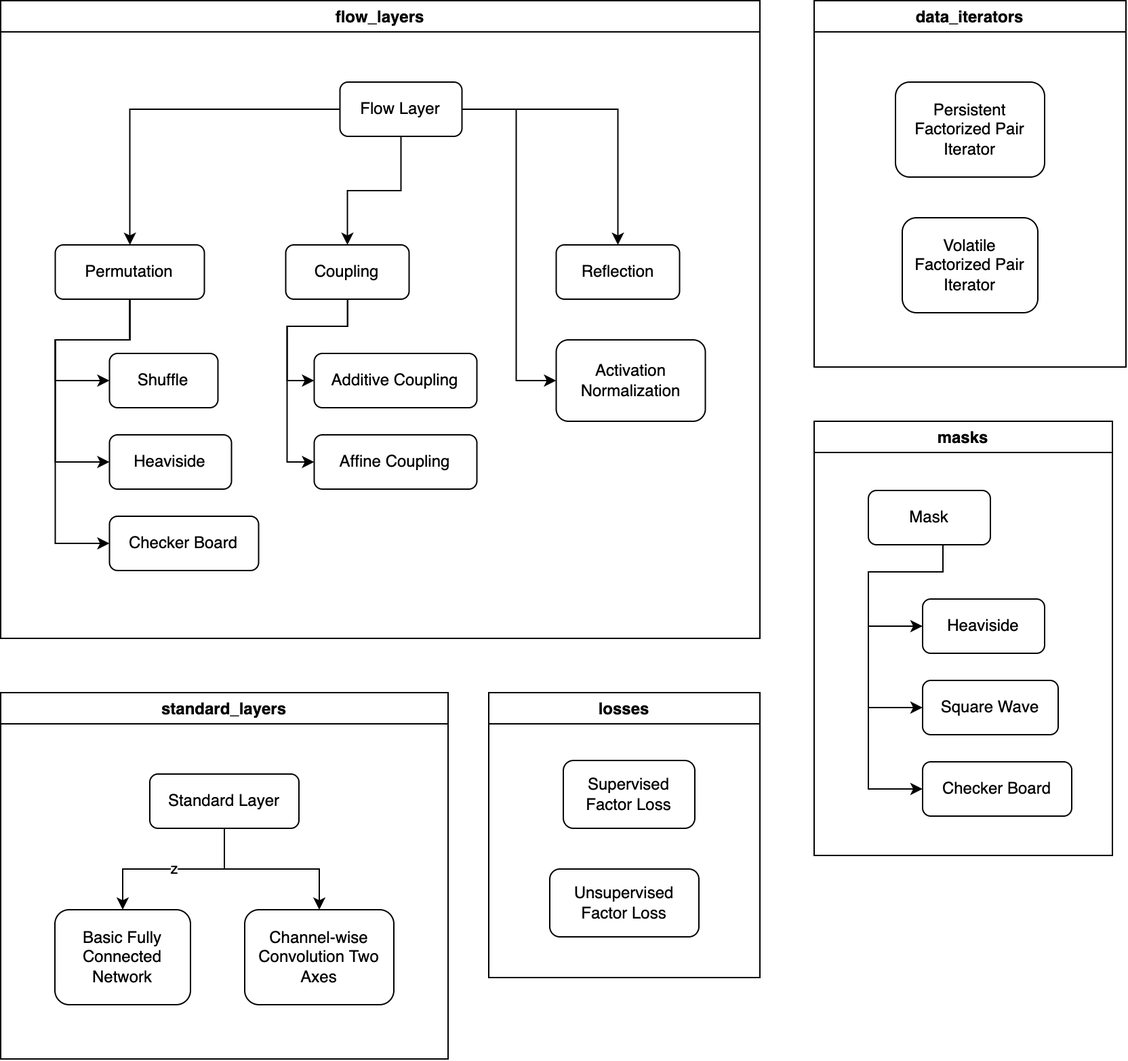
Before: docs/images/class_diagram.png, a diagram exported from draw.io (TimHenry1995/gyoza). Source tidied: cells renumbered, new cells last; positions are measured from the earlier drawing's top-left corner, leaving out a move shared by most shapes.
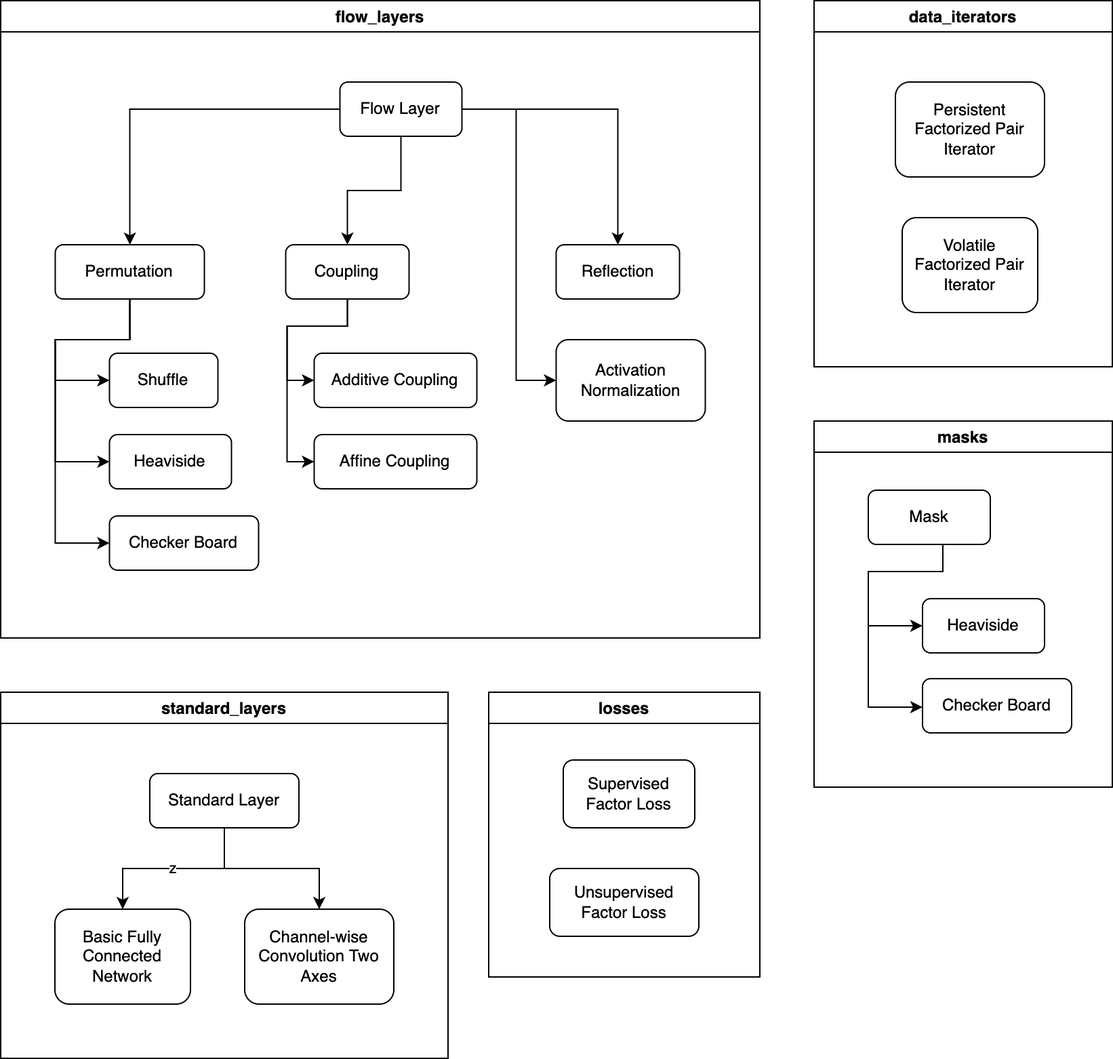
After the commit.

Change to the diagram source:
```diff
@@ -102,7 +102,7 @@
       <mxGeometry x="45" y="130" width="110" height="50" as="geometry" />
     </mxCell>
     <mxCell id="25" value="masks" style="swimlane;" parent="1" vertex="1">
-      <mxGeometry x="600" y="310" width="220" height="320" as="geometry" />
+      <mxGeometry x="600" y="310" width="220" height="270" as="geometry" />
     </mxCell>
     <mxCell id="26" value="Mask" style="rounded=1;whiteSpace=wrap;html=1;" parent="25" vertex="1">
       <mxGeometry x="40" y="51" width="90" height="40" as="geometry" />
@@ -119,56 +119,45 @@
         </Array>
       </mxGeometry>
     </mxCell>
-    <mxCell id="29" value="Square Wave" style="whiteSpace=wrap;html=1;rounded=1;" parent="25" vertex="1">
-      <mxGeometry x="80" y="191" width="100" height="40" as="geometry" />
+    <mxCell id="29" style="edgeStyle=orthogonalEdgeStyle;rounded=0;jettySize=auto;html=1;entryX=0;entryY=0.5;entryDx=0;entryDy=0;" parent="25" edge="1" source="26">
+      <mxGeometry relative="1" as="geometry">
+        <mxPoint x="80" y="211" as="targetPoint" />
+        <Array as="points">
+          <mxPoint x="95" y="111" />
+          <mxPoint x="40" y="111" />
+          <mxPoint x="40" y="211" />
+        </Array>
+      </mxGeometry>
     </mxCell>
-    <mxCell id="30" style="edgeStyle=orthogonalEdgeStyle;rounded=0;jettySize=auto;html=1;entryX=0;entryY=0.5;entryDx=0;entryDy=0;" parent="25" edge="1" source="26" target="29">
-      <mxGeometry relative="1" as="geometry">
-        <Array as="points">
-          <mxPoint x="95" y="111" />
-          <mxPoint x="40" y="111" />
-          <mxPoint x="40" y="211" />
-        </Array>
-      </mxGeometry>
+    <mxCell id="30" value="Checker Board" style="whiteSpace=wrap;html=1;rounded=1;" parent="25" vertex="1">
+      <mxGeometry x="80" y="190" width="110" height="40" as="geometry" />
     </mxCell>
-    <mxCell id="31" value="Checker Board" style="whiteSpace=wrap;html=1;rounded=1;" parent="25" vertex="1">
-      <mxGeometry x="80" y="251" width="110" height="40" as="geometry" />
+    <mxCell id="31" value="standard_layers" style="swimlane;" parent="1" vertex="1">
+      <mxGeometry y="510" width="330" height="270" as="geometry" />
     </mxCell>
-    <mxCell id="32" style="edgeStyle=orthogonalEdgeStyle;rounded=0;jettySize=auto;html=1;entryX=0;entryY=0.5;entryDx=0;entryDy=0;" parent="25" edge="1" source="26" target="31">
-      <mxGeometry relative="1" as="geometry">
-        <Array as="points">
-          <mxPoint x="95" y="111" />
-          <mxPoint x="40" y="111" />
-          <mxPoint x="40" y="271" />
-        </Array>
-      </mxGeometry>
+    <mxCell id="32" value="Standard Layer" style="rounded=1;whiteSpace=wrap;html=1;" parent="31" vertex="1">
+      <mxGeometry x="110" y="60" width="110" height="40" as="geometry" />
     </mxCell>
-    <mxCell id="33" value="standard_layers" style="swimlane;" parent="1" vertex="1">
-      <mxGeometry y="510" width="330" height="270" as="geometry" />
+    <mxCell id="33" value="Basic Fully Connected Network" style="whiteSpace=wrap;html=1;rounded=1;" parent="31" vertex="1">
+      <mxGeometry x="40" y="160" width="100" height="70" as="geometry" />
     </mxCell>
-    <mxCell id="34" value="Standard Layer" style="rounded=1;whiteSpace=wrap;html=1;" parent="33" vertex="1">
-      <mxGeometry x="110" y="60" width="110" height="40" as="geometry" />
+    <mxCell id="34" value="z" style="edgeStyle=orthogonalEdgeStyle;rounded=0;jettySize=auto;html=1;" parent="31" edge="1" source="32" target="33">
+      <mxGeometry relative="1" as="geometry" />
     </mxCell>
-    <mxCell id="35" value="Basic Fully Connected Network" style="whiteSpace=wrap;html=1;rounded=1;" parent="33" vertex="1">
-      <mxGeometry x="40" y="160" width="100" height="70" as="geometry" />
+    <mxCell id="35" value="Channel-wise Convolution Two Axes" style="whiteSpace=wrap;html=1;rounded=1;" parent="31" vertex="1">
+      <mxGeometry x="180" y="160" width="110" height="70" as="geometry" />
     </mxCell>
-    <mxCell id="36" value="z" style="edgeStyle=orthogonalEdgeStyle;rounded=0;jettySize=auto;html=1;" parent="33" edge="1" source="34" target="35">
+    <mxCell id="36" style="edgeStyle=orthogonalEdgeStyle;rounded=0;jettySize=auto;html=1;entryX=0.5;entryY=0;entryDx=0;entryDy=0;" parent="31" edge="1" source="32" target="35">
       <mxGeometry relative="1" as="geometry" />
     </mxCell>
-    <mxCell id="37" value="Channel-wise Convolution Two Axes" style="whiteSpace=wrap;html=1;rounded=1;" parent="33" vertex="1">
-      <mxGeometry x="180" y="160" width="110" height="70" as="geometry" />
+    <mxCell id="37" value="data_iterators" style="swimlane;" parent="1" vertex="1">
+      <mxGeometry x="600" width="220" height="270" as="geometry" />
     </mxCell>
-    <mxCell id="38" style="edgeStyle=orthogonalEdgeStyle;rounded=0;jettySize=auto;html=1;entryX=0.5;entryY=0;entryDx=0;entryDy=0;" parent="33" edge="1" source="34" target="37">
-      <mxGeometry relative="1" as="geometry" />
+    <mxCell id="38" value="Persistent Factorized Pair Iterator" style="rounded=1;whiteSpace=wrap;html=1;" parent="37" vertex="1">
+      <mxGeometry x="60" y="60" width="110" height="70" as="geometry" />
     </mxCell>
-    <mxCell id="39" value="data_iterators" style="swimlane;" parent="1" vertex="1">
-      <mxGeometry x="600" width="230" height="270" as="geometry" />
+    <mxCell id="39" value="Volatile Factorized Pair Iterator" style="whiteSpace=wrap;html=1;rounded=1;" parent="37" vertex="1">
+      <mxGeometry x="65" y="160" width="100" height="70" as="geometry" />
     </mxCell>
-    <mxCell id="40" value="Persistent Factorized Pair Iterator" style="rounded=1;whiteSpace=wrap;html=1;" parent="39" vertex="1">
-      <mxGeometry x="60" y="60" width="110" height="70" as="geometry" />
-    </mxCell>
-    <mxCell id="41" value="Volatile Factorized Pair Iterator" style="whiteSpace=wrap;html=1;rounded=1;" parent="39" vertex="1">
-      <mxGeometry x="65" y="160" width="100" height="70" as="geometry" />
-    </mxCell>
   </root>
 </mxGraphModel>
```
